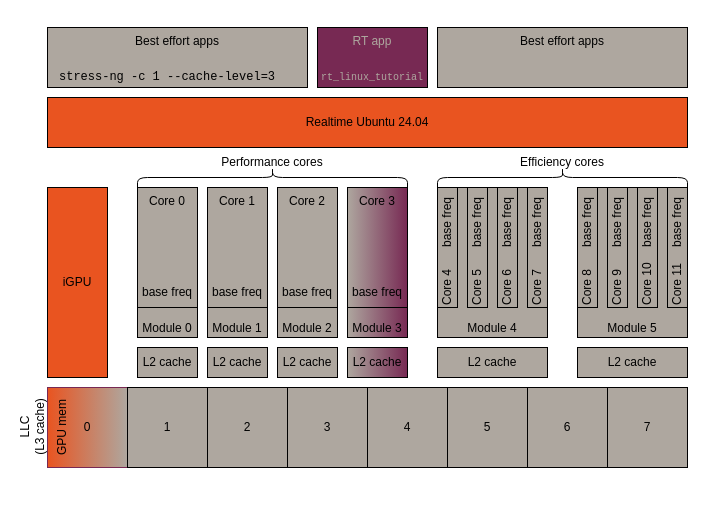
Above: docs/diagram_sources/tcc_setup_basic.drawio.xml in canonical/real-time-ubuntu-docs (draw.io), before the change. Source tidied: cells renumbered, new cells numbered last; positions are measured from the earlier drawing's top-left corner, leaving out a move shared by most shapes. Both pictures are drawn from the tidied source at 100%, with x=0, y=0 at pixel (17, 27).
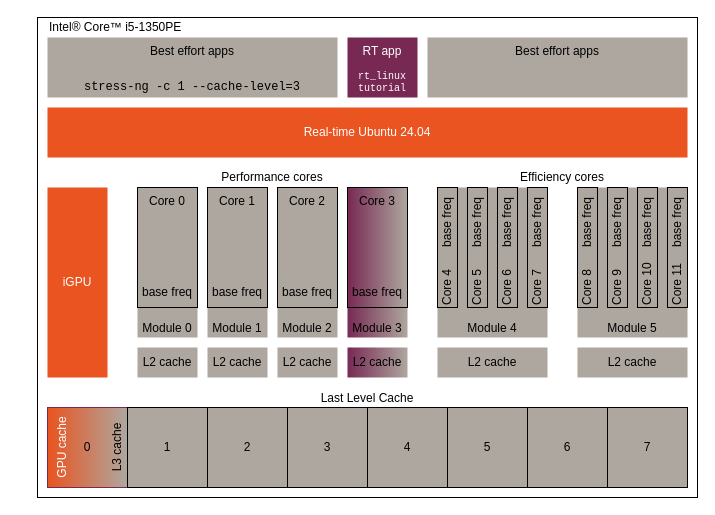
After the change.

Commit message (it also covers changes not shown here):
Update images to "Real-time Ubuntu"

Change to the diagram source:
```diff
@@
+    <mxCell id="59" style="rounded=0;whiteSpace=wrap;html=1;" parent="1" vertex="1">
+      <mxGeometry x="20" y="-10" width="660" height="480" as="geometry" />
+    </mxCell>
-    <mxCell id="2" value="Module 2" style="rounded=0;whiteSpace=wrap;html=1;verticalAlign=bottom;fontFamily=Ubuntu;fillColor=#AEA79F;" parent="1" vertex="1">
+    <mxCell id="2" value="Module 2" style="rounded=0;whiteSpace=wrap;html=1;verticalAlign=bottom;fontFamily=Ubuntu;fillColor=#AEA79F;strokeColor=none;" parent="1" vertex="1">
       <mxGeometry x="260" y="160" width="60" height="150" as="geometry" />
     </mxCell>
-    <mxCell id="3" value="Module 1" style="rounded=0;whiteSpace=wrap;html=1;verticalAlign=bottom;fontFamily=Ubuntu;fillColor=#AEA79F;" parent="1" vertex="1">
+    <mxCell id="3" value="Module 1" style="rounded=0;whiteSpace=wrap;html=1;verticalAlign=bottom;fontFamily=Ubuntu;fillColor=#AEA79F;strokeColor=none;" parent="1" vertex="1">
       <mxGeometry x="190" y="160" width="60" height="150" as="geometry" />
     </mxCell>
-    <mxCell id="4" value="Module 0" style="rounded=0;whiteSpace=wrap;html=1;verticalAlign=bottom;fontFamily=Ubuntu;fillColor=#AEA79F;" parent="1" vertex="1">
+    <mxCell id="4" value="Module 0" style="rounded=0;whiteSpace=wrap;html=1;verticalAlign=bottom;fontFamily=Ubuntu;fillColor=#AEA79F;strokeColor=none;" parent="1" vertex="1">
       <mxGeometry x="120" y="160" width="60" height="150" as="geometry" />
     </mxCell>
-    <mxCell id="5" value="Module 3" style="rounded=0;whiteSpace=wrap;html=1;verticalAlign=bottom;fontFamily=Ubuntu;fillColor=#AEA79F;fillStyle=solid;gradientColor=#772953;gradientDirection=east;" parent="1" vertex="1">
+    <mxCell id="5" value="Module 3" style="rounded=0;whiteSpace=wrap;html=1;verticalAlign=bottom;fontFamily=Ubuntu;fillColor=#772953;fillStyle=solid;gradientColor=#AEA79F;gradientDirection=east;fontColor=#000000;strokeColor=none;" parent="1" vertex="1">
       <mxGeometry x="330" y="160" width="60" height="150" as="geometry" />
     </mxCell>
     <mxCell id="6" value="0" style="whiteSpace=wrap;html=1;fontFamily=Ubuntu;fillStyle=solid;fillColor=#AEA79F;gradientColor=#E95420;strokeColor=#772953;rounded=0;shadow=0;glass=0;gradientDirection=west;" parent="1" vertex="1">
-      <mxGeometry x="30" y="360" width="80" height="80" as="geometry" />
+      <mxGeometry x="30" y="380" width="80" height="80" as="geometry" />
     </mxCell>
     <mxCell id="7" value="1" style="whiteSpace=wrap;html=1;fontFamily=Ubuntu;fillColor=#AEA79F;" parent="1" vertex="1">
-      <mxGeometry x="110" y="360" width="80" height="80" as="geometry" />
+      <mxGeometry x="110" y="380" width="80" height="80" as="geometry" />
     </mxCell>
     <mxCell id="8" value="2" style="whiteSpace=wrap;html=1;fontFamily=Ubuntu;fillColor=#AEA79F;" parent="1" vertex="1">
-      <mxGeometry x="190" y="360" width="80" height="80" as="geometry" />
+      <mxGeometry x="190" y="380" width="80" height="80" as="geometry" />
     </mxCell>
     <mxCell id="9" value="3" style="whiteSpace=wrap;html=1;fontFamily=Ubuntu;fillColor=#AEA79F;" parent="1" vertex="1">
-      <mxGeometry x="270" y="360" width="80" height="80" as="geometry" />
+      <mxGeometry x="270" y="380" width="80" height="80" as="geometry" />
     </mxCell>
-    <mxCell id="10" value="4" style="whiteSpace=wrap;html=1;fontFamily=Ubuntu;fillColor=#AEA79F;" parent="1" vertex="1">
-      <mxGeometry x="350" y="360" width="80" height="80" as="geometry" />
+    <mxCell id="10" value="4" style="whiteSpace=wrap;html=1;fontFamily=Ubuntu;fillColor=#AEA79F;fontColor=#000000;" parent="1" vertex="1">
+      <mxGeometry x="350" y="380" width="80" height="80" as="geometry" />
     </mxCell>
-    <mxCell id="11" value="5" style="whiteSpace=wrap;html=1;fontFamily=Ubuntu;fillColor=#AEA79F;" parent="1" vertex="1">
-      <mxGeometry x="430" y="360" width="80" height="80" as="geometry" />
+    <mxCell id="11" value="5" style="whiteSpace=wrap;html=1;fontFamily=Ubuntu;fillColor=#AEA79F;fontColor=#000000;" parent="1" vertex="1">
+      <mxGeometry x="430" y="380" width="80" height="80" as="geometry" />
     </mxCell>
-    <mxCell id="12" value="6" style="whiteSpace=wrap;html=1;fontFamily=Ubuntu;fillColor=#AEA79F;" parent="1" vertex="1">
-      <mxGeometry x="510" y="360" width="80" height="80" as="geometry" />
+    <mxCell id="12" value="6" style="whiteSpace=wrap;html=1;fontFamily=Ubuntu;fillColor=#AEA79F;fontColor=#000000;" parent="1" vertex="1">
+      <mxGeometry x="510" y="380" width="80" height="80" as="geometry" />
     </mxCell>
-    <mxCell id="13" value="7" style="whiteSpace=wrap;html=1;fontFamily=Ubuntu;fillColor=#AEA79F;" parent="1" vertex="1">
-      <mxGeometry x="590" y="360" width="80" height="80" as="geometry" />
+    <mxCell id="13" value="7" style="whiteSpace=wrap;html=1;fontFamily=Ubuntu;fillColor=#AEA79F;fontColor=#000000;" parent="1" vertex="1">
+      <mxGeometry x="590" y="380" width="80" height="80" as="geometry" />
     </mxCell>
-    <mxCell id="14" value="iGPU" style="rounded=0;whiteSpace=wrap;html=1;fontFamily=Ubuntu;fillColor=#E95420;" parent="1" vertex="1">
+    <mxCell id="14" value="iGPU" style="rounded=0;whiteSpace=wrap;html=1;fontFamily=Ubuntu;fillColor=#E95420;strokeColor=none;fontColor=#FFFFFF;" parent="1" vertex="1">
       <mxGeometry x="30" y="160" width="60" height="190" as="geometry" />
     </mxCell>
@@
-    <mxCell id="18" value="Core 3" style="rounded=0;whiteSpace=wrap;html=1;fontFamily=Ubuntu;verticalAlign=top;fillColor=none;fillStyle=hatch;gradientDirection=east;strokeColor=default;" parent="1" vertex="1">
+    <mxCell id="18" value="Core 3" style="rounded=0;whiteSpace=wrap;html=1;fontFamily=Ubuntu;verticalAlign=top;fillColor=none;fillStyle=hatch;gradientDirection=east;strokeColor=default;fontColor=#000000;" parent="1" vertex="1">
       <mxGeometry x="330" y="160" width="60" height="120" as="geometry" />
     </mxCell>
-    <mxCell id="19" value="L2 cache" style="rounded=0;whiteSpace=wrap;html=1;fontFamily=Ubuntu;fillColor=#AEA79F;" parent="1" vertex="1">
-      <mxGeometry x="420" y="320" width="110" height="30" as="geometry" />
-    </mxCell>
-    <mxCell id="20" value="L2 cache" style="rounded=0;whiteSpace=wrap;html=1;fontFamily=Ubuntu;fillColor=#AEA79F;" parent="1" vertex="1">
-      <mxGeometry x="560" y="320" width="110" height="30" as="geometry" />
-    </mxCell>
+    <mxCell id="60" value="L2 cache" style="rounded=0;whiteSpace=wrap;html=1;fontFamily=Ubuntu;fillColor=#AEA79F;strokeColor=none;" parent="1" vertex="1">
+      <mxGeometry x="420" y="320" width="110" height="30" as="geometry" />
+    </mxCell>
+    <mxCell id="61" value="L2 cache" style="rounded=0;whiteSpace=wrap;html=1;fontFamily=Ubuntu;fillColor=#AEA79F;strokeColor=none;" parent="1" vertex="1">
+      <mxGeometry x="560" y="320" width="110" height="30" as="geometry" />
+    </mxCell>
-    <mxCell id="21" value="Module 4" style="rounded=0;whiteSpace=wrap;html=1;verticalAlign=bottom;fontFamily=Ubuntu;fillColor=#AEA79F;" parent="1" vertex="1">
+    <mxCell id="21" value="Module 4" style="rounded=0;whiteSpace=wrap;html=1;verticalAlign=bottom;fontFamily=Ubuntu;fillColor=#AEA79F;strokeColor=none;" parent="1" vertex="1">
       <mxGeometry x="420" y="160" width="110" height="150" as="geometry" />
     </mxCell>
-    <mxCell id="22" value="Module 5" style="rounded=0;whiteSpace=wrap;html=1;verticalAlign=bottom;fontFamily=Ubuntu;fillColor=#AEA79F;" parent="1" vertex="1">
+    <mxCell id="22" value="Module 5" style="rounded=0;whiteSpace=wrap;html=1;verticalAlign=bottom;fontFamily=Ubuntu;fillColor=#AEA79F;strokeColor=none;" parent="1" vertex="1">
       <mxGeometry x="560" y="160" width="110" height="150" as="geometry" />
     </mxCell>
@@
-    <mxCell id="31" value="L2 cache" style="rounded=0;whiteSpace=wrap;html=1;fontFamily=Ubuntu;fillColor=#AEA79F;" parent="1" vertex="1">
-      <mxGeometry x="120" y="320" width="60" height="30" as="geometry" />
-    </mxCell>
-    <mxCell id="32" value="L2 cache" style="rounded=0;whiteSpace=wrap;html=1;fontFamily=Ubuntu;fillColor=#AEA79F;" parent="1" vertex="1">
-      <mxGeometry x="190" y="320" width="60" height="30" as="geometry" />
-    </mxCell>
-    <mxCell id="33" value="L2 cache" style="rounded=0;whiteSpace=wrap;html=1;fontFamily=Ubuntu;fillColor=#AEA79F;" parent="1" vertex="1">
-      <mxGeometry x="260" y="320" width="60" height="30" as="geometry" />
-    </mxCell>
-    <mxCell id="34" value="L2 cache" style="rounded=0;whiteSpace=wrap;html=1;fontFamily=Ubuntu;fillColor=#AEA79F;fillStyle=solid;strokeWidth=1;gradientColor=#772953;gradientDirection=east;" parent="1" vertex="1">
-      <mxGeometry x="330" y="320" width="60" height="30" as="geometry" />
-    </mxCell>
-    <mxCell id="35" value="LLC&lt;div&gt;(L3 cache)&lt;/div&gt;" style="text;html=1;align=center;verticalAlign=middle;whiteSpace=wrap;rounded=0;horizontal=0;fontFamily=Ubuntu;" parent="1" vertex="1">
-      <mxGeometry y="352.5" width="30" height="95" as="geometry" />
-    </mxCell>
-    <mxCell id="36" value="Realtime Ubuntu 24.04" style="rounded=0;whiteSpace=wrap;html=1;fontFamily=Ubuntu;verticalAlign=middle;fillColor=#E95420;" parent="1" vertex="1">
-      <mxGeometry x="30" y="70" width="640" height="50" as="geometry" />
-    </mxCell>
-    <mxCell id="37" value="Best effort apps" style="rounded=0;whiteSpace=wrap;html=1;fontFamily=Ubuntu;verticalAlign=top;fillColor=#AEA79F;" parent="1" vertex="1">
-      <mxGeometry x="30" width="260" height="60" as="geometry" />
-    </mxCell>
-    <mxCell id="38" value="Best effort apps" style="rounded=0;whiteSpace=wrap;html=1;fontFamily=Ubuntu;verticalAlign=top;fillColor=#AEA79F;" parent="1" vertex="1">
-      <mxGeometry x="420" width="250" height="60" as="geometry" />
-    </mxCell>
+    <mxCell id="62" value="L2 cache" style="rounded=0;whiteSpace=wrap;html=1;fontFamily=Ubuntu;fillColor=#AEA79F;strokeColor=none;" parent="1" vertex="1">
+      <mxGeometry x="120" y="320" width="60" height="30" as="geometry" />
+    </mxCell>
+    <mxCell id="63" value="L2 cache" style="rounded=0;whiteSpace=wrap;html=1;fontFamily=Ubuntu;fillColor=#AEA79F;strokeColor=none;" parent="1" vertex="1">
+      <mxGeometry x="190" y="320" width="60" height="30" as="geometry" />
+    </mxCell>
+    <mxCell id="64" value="L2 cache" style="rounded=0;whiteSpace=wrap;html=1;fontFamily=Ubuntu;fillColor=#AEA79F;strokeColor=none;" parent="1" vertex="1">
+      <mxGeometry x="260" y="320" width="60" height="30" as="geometry" />
+    </mxCell>
+    <mxCell id="65" value="L2 cache" style="rounded=0;whiteSpace=wrap;html=1;fontFamily=Ubuntu;fillColor=#772953;fillStyle=solid;strokeWidth=1;gradientColor=#AEA79F;gradientDirection=east;fontColor=#000000;strokeColor=none;" parent="1" vertex="1">
+      <mxGeometry x="330" y="320" width="60" height="30" as="geometry" />
+    </mxCell>
+    <mxCell id="66" value="Last Level Cache" style="text;html=1;align=center;verticalAlign=middle;whiteSpace=wrap;rounded=0;horizontal=1;fontFamily=Ubuntu;" parent="1" vertex="1">
+      <mxGeometry x="30" y="362.5" width="640" height="17.5" as="geometry" />
+    </mxCell>
+    <mxCell id="67" value="Real-time Ubuntu 24.04" style="rounded=0;whiteSpace=wrap;html=1;fontFamily=Ubuntu;verticalAlign=middle;fillColor=#E95420;strokeColor=none;fontColor=#FFFFFF;" parent="1" vertex="1">
+      <mxGeometry x="30" y="80" width="640" height="50" as="geometry" />
+    </mxCell>
+    <mxCell id="68" value="Best effort apps" style="rounded=0;whiteSpace=wrap;html=1;fontFamily=Ubuntu;verticalAlign=top;fillColor=#AEA79F;strokeColor=none;" parent="1" vertex="1">
+      <mxGeometry x="30" y="10" width="290" height="60" as="geometry" />
+    </mxCell>
+    <mxCell id="69" value="Best effort apps" style="rounded=0;whiteSpace=wrap;html=1;fontFamily=Ubuntu;verticalAlign=top;fillColor=#AEA79F;strokeColor=none;" parent="1" vertex="1">
+      <mxGeometry x="410" y="10" width="260" height="60" as="geometry" />
+    </mxCell>
-    <mxCell id="39" value="RT app" style="rounded=0;whiteSpace=wrap;html=1;fontFamily=Ubuntu;verticalAlign=top;labelBackgroundColor=none;fillColor=#772953;fontColor=#AEA79F;" parent="1" vertex="1">
-      <mxGeometry x="300" width="110" height="60" as="geometry" />
+    <mxCell id="39" value="RT app" style="rounded=0;whiteSpace=wrap;html=1;fontFamily=Ubuntu;verticalAlign=top;labelBackgroundColor=none;fillColor=#772953;fontColor=#FFFFFF;strokeColor=none;" parent="1" vertex="1">
+      <mxGeometry x="330" y="10" width="70" height="60" as="geometry" />
     </mxCell>
-    <mxCell id="40" value="base freq" style="text;html=1;align=center;verticalAlign=middle;whiteSpace=wrap;rounded=0;fontFamily=Ubuntu;" parent="1" vertex="1">
-      <mxGeometry x="120" y="250" width="60" height="30" as="geometry" />
-    </mxCell>
-    <mxCell id="41" value="base freq" style="text;html=1;align=center;verticalAlign=middle;whiteSpace=wrap;rounded=0;fontFamily=Ubuntu;" parent="1" vertex="1">
-      <mxGeometry x="190" y="250" width="60" height="30" as="geometry" />
-    </mxCell>
-    <mxCell id="42" value="base freq" style="text;html=1;align=center;verticalAlign=middle;whiteSpace=wrap;rounded=0;fontFamily=Ubuntu;" parent="1" vertex="1">
-      <mxGeometry x="260" y="250" width="60" height="30" as="geometry" />
-    </mxCell>
-    <mxCell id="43" value="base freq" style="text;html=1;align=center;verticalAlign=middle;whiteSpace=wrap;rounded=0;fontFamily=Ubuntu;" parent="1" vertex="1">
-      <mxGeometry x="330" y="250" width="60" height="30" as="geometry" />
-    </mxCell>
-    <mxCell id="44" value="base freq" style="text;html=1;align=center;verticalAlign=middle;whiteSpace=wrap;rounded=0;horizontal=0;fontFamily=Ubuntu;" parent="1" vertex="1">
-      <mxGeometry x="420" y="160" width="20" height="70" as="geometry" />
-    </mxCell>
-    <mxCell id="45" value="base freq" style="text;html=1;align=center;verticalAlign=middle;whiteSpace=wrap;rounded=0;horizontal=0;fontFamily=Ubuntu;" parent="1" vertex="1">
-      <mxGeometry x="450" y="160" width="20" height="70" as="geometry" />
-    </mxCell>
-    <mxCell id="46" value="base freq" style="text;html=1;align=center;verticalAlign=middle;whiteSpace=wrap;rounded=0;horizontal=0;fontFamily=Ubuntu;" parent="1" vertex="1">
-      <mxGeometry x="480" y="160" width="20" height="70" as="geometry" />
-    </mxCell>
-    <mxCell id="47" value="base freq" style="text;html=1;align=center;verticalAlign=middle;whiteSpace=wrap;rounded=0;horizontal=0;fontFamily=Ubuntu;" parent="1" vertex="1">
-      <mxGeometry x="510" y="160" width="20" height="70" as="geometry" />
-    </mxCell>
-    <mxCell id="48" value="base freq" style="text;html=1;align=center;verticalAlign=middle;whiteSpace=wrap;rounded=0;horizontal=0;fontFamily=Ubuntu;" parent="1" vertex="1">
-      <mxGeometry x="560" y="160" width="20" height="70" as="geometry" />
-    </mxCell>
-    <mxCell id="49" value="base freq" style="text;html=1;align=center;verticalAlign=middle;whiteSpace=wrap;rounded=0;horizontal=0;fontFamily=Ubuntu;" parent="1" vertex="1">
-      <mxGeometry x="590" y="160" width="20" height="70" as="geometry" />
-    </mxCell>
-    <mxCell id="50" value="base freq" style="text;html=1;align=center;verticalAlign=middle;whiteSpace=wrap;rounded=0;horizontal=0;fontFamily=Ubuntu;" parent="1" vertex="1">
-      <mxGeometry x="620" y="160" width="20" height="70" as="geometry" />
-    </mxCell>
-    <mxCell id="51" value="base freq" style="text;html=1;align=center;verticalAlign=middle;whiteSpace=wrap;rounded=0;horizontal=0;fontFamily=Ubuntu;" parent="1" vertex="1">
-      <mxGeometry x="650" y="160" width="20" height="70" as="geometry" />
-    </mxCell>
+    <mxCell id="70" value="base freq" style="text;html=1;align=center;verticalAlign=middle;whiteSpace=wrap;rounded=0;fontFamily=Ubuntu;" parent="1" vertex="1">
+      <mxGeometry x="120" y="250" width="60" height="30" as="geometry" />
+    </mxCell>
+    <mxCell id="71" value="base freq" style="text;html=1;align=center;verticalAlign=middle;whiteSpace=wrap;rounded=0;fontFamily=Ubuntu;" parent="1" vertex="1">
+      <mxGeometry x="190" y="250" width="60" height="30" as="geometry" />
+    </mxCell>
+    <mxCell id="72" value="base freq" style="text;html=1;align=center;verticalAlign=middle;whiteSpace=wrap;rounded=0;fontFamily=Ubuntu;" parent="1" vertex="1">
+      <mxGeometry x="260" y="250" width="60" height="30" as="geometry" />
+    </mxCell>
+    <mxCell id="73" value="base freq" style="text;html=1;align=center;verticalAlign=middle;whiteSpace=wrap;rounded=0;horizontal=0;fontFamily=Ubuntu;" parent="1" vertex="1">
+      <mxGeometry x="420" y="160" width="20" height="70" as="geometry" />
+    </mxCell>
+    <mxCell id="74" value="base freq" style="text;html=1;align=center;verticalAlign=middle;whiteSpace=wrap;rounded=0;horizontal=0;fontFamily=Ubuntu;" parent="1" vertex="1">
+      <mxGeometry x="450" y="160" width="20" height="70" as="geometry" />
+    </mxCell>
+    <mxCell id="75" value="base freq" style="text;html=1;align=center;verticalAlign=middle;whiteSpace=wrap;rounded=0;horizontal=0;fontFamily=Ubuntu;" parent="1" vertex="1">
+      <mxGeometry x="480" y="160" width="20" height="70" as="geometry" />
+    </mxCell>
+    <mxCell id="76" value="base freq" style="text;html=1;align=center;verticalAlign=middle;whiteSpace=wrap;rounded=0;horizontal=0;fontFamily=Ubuntu;" parent="1" vertex="1">
+      <mxGeometry x="510" y="160" width="20" height="70" as="geometry" />
+    </mxCell>
+    <mxCell id="77" value="base freq" style="text;html=1;align=center;verticalAlign=middle;whiteSpace=wrap;rounded=0;horizontal=0;fontFamily=Ubuntu;" parent="1" vertex="1">
+      <mxGeometry x="560" y="160" width="20" height="70" as="geometry" />
+    </mxCell>
+    <mxCell id="78" value="base freq" style="text;html=1;align=center;verticalAlign=middle;whiteSpace=wrap;rounded=0;horizontal=0;fontFamily=Ubuntu;" parent="1" vertex="1">
+      <mxGeometry x="590" y="160" width="20" height="70" as="geometry" />
+    </mxCell>
+    <mxCell id="79" value="base freq" style="text;html=1;align=center;verticalAlign=middle;whiteSpace=wrap;rounded=0;horizontal=0;fontFamily=Ubuntu;" parent="1" vertex="1">
+      <mxGeometry x="620" y="160" width="20" height="70" as="geometry" />
+    </mxCell>
+    <mxCell id="80" value="base freq" style="text;html=1;align=center;verticalAlign=middle;whiteSpace=wrap;rounded=0;horizontal=0;fontFamily=Ubuntu;" parent="1" vertex="1">
+      <mxGeometry x="650" y="160" width="20" height="70" as="geometry" />
+    </mxCell>
-    <mxCell id="52" value="stress-ng -c 1 --cache-level=3" style="text;html=1;align=left;verticalAlign=middle;whiteSpace=wrap;rounded=0;fontFamily=Courier New;" parent="1" vertex="1">
-      <mxGeometry x="40" y="40" width="280" height="20" as="geometry" />
+    <mxCell id="52" value="stress-ng -c 1 --cache-level=3" style="text;html=1;align=center;verticalAlign=middle;whiteSpace=wrap;rounded=0;fontFamily=Courier New;" parent="1" vertex="1">
+      <mxGeometry x="30" y="50" width="290" height="20" as="geometry" />
     </mxCell>
-    <mxCell id="53" value="rt_linux_tutorial" style="text;html=1;align=center;verticalAlign=middle;whiteSpace=wrap;rounded=0;fontFamily=Courier New;fontSize=10;fontColor=#AEA79F;" parent="1" vertex="1">
-      <mxGeometry x="300" y="40" width="110" height="20" as="geometry" />
-    </mxCell>
-    <mxCell id="54" style="shape=curlyBracket;whiteSpace=wrap;html=1;rounded=1;labelPosition=left;verticalLabelPosition=middle;align=right;verticalAlign=middle;rotation=90;fontFamily=Ubuntu;" parent="1" vertex="1">
-      <mxGeometry x="245" y="15" width="20" height="270" as="geometry" />
-    </mxCell>
+    <mxCell id="81" value="rt_linux&lt;div&gt;tutorial&lt;/div&gt;" style="text;html=1;align=center;verticalAlign=middle;whiteSpace=wrap;rounded=0;fontFamily=Courier New;fontSize=10;fontColor=#FFFFFF;" parent="1" vertex="1">
+      <mxGeometry x="330" y="40" width="70" height="30" as="geometry" />
+    </mxCell>
     <mxCell id="55" value="Performance cores" style="text;html=1;align=center;verticalAlign=middle;whiteSpace=wrap;rounded=0;fontFamily=Ubuntu;" parent="1" vertex="1">
-      <mxGeometry x="120" y="120" width="270" height="30" as="geometry" />
+      <mxGeometry x="120" y="140" width="270" height="20" as="geometry" />
     </mxCell>
-    <mxCell id="56" style="shape=curlyBracket;whiteSpace=wrap;html=1;rounded=1;labelPosition=left;verticalLabelPosition=middle;align=right;verticalAlign=middle;rotation=90;fontFamily=Ubuntu;" parent="1" vertex="1">
-      <mxGeometry x="535" y="25" width="20" height="250" as="geometry" />
-    </mxCell>
     <mxCell id="57" value="Efficiency cores" style="text;html=1;align=center;verticalAlign=middle;whiteSpace=wrap;rounded=0;fontFamily=Ubuntu;" parent="1" vertex="1">
-      <mxGeometry x="420" y="120" width="250" height="30" as="geometry" />
+      <mxGeometry x="420" y="140" width="250" height="20" as="geometry" />
     </mxCell>
-    <mxCell id="58" value="GPU mem" style="text;html=1;align=center;verticalAlign=middle;whiteSpace=wrap;rounded=0;horizontal=0;fontFamily=Ubuntu;" parent="1" vertex="1">
-      <mxGeometry x="30" y="360" width="30" height="80" as="geometry" />
-    </mxCell>
+    <mxCell id="82" value="GPU cache" style="text;html=1;align=center;verticalAlign=middle;whiteSpace=wrap;rounded=0;horizontal=0;fontFamily=Ubuntu;fontColor=#FFFFFF;" parent="1" vertex="1">
+      <mxGeometry x="30" y="380" width="30" height="80" as="geometry" />
+    </mxCell>
+    <mxCell id="83" value="L3 cache" style="text;html=1;align=center;verticalAlign=middle;whiteSpace=wrap;rounded=0;horizontal=0;fontFamily=Ubuntu;" parent="1" vertex="1">
+      <mxGeometry x="90" y="380" width="20" height="80" as="geometry" />
+    </mxCell>
+    <mxCell id="84" value="Intel® Core™ i5-1350PE" style="text;html=1;align=left;verticalAlign=middle;whiteSpace=wrap;rounded=0;fontFamily=Ubuntu;" parent="1" vertex="1">
+      <mxGeometry x="30" y="-10" width="150" height="20" as="geometry" />
+    </mxCell>
+    <mxCell id="85" value="base freq" style="text;html=1;align=center;verticalAlign=middle;whiteSpace=wrap;rounded=0;fontFamily=Ubuntu;" parent="1" vertex="1">
+      <mxGeometry x="330" y="250" width="60" height="30" as="geometry" />
+    </mxCell>
```
